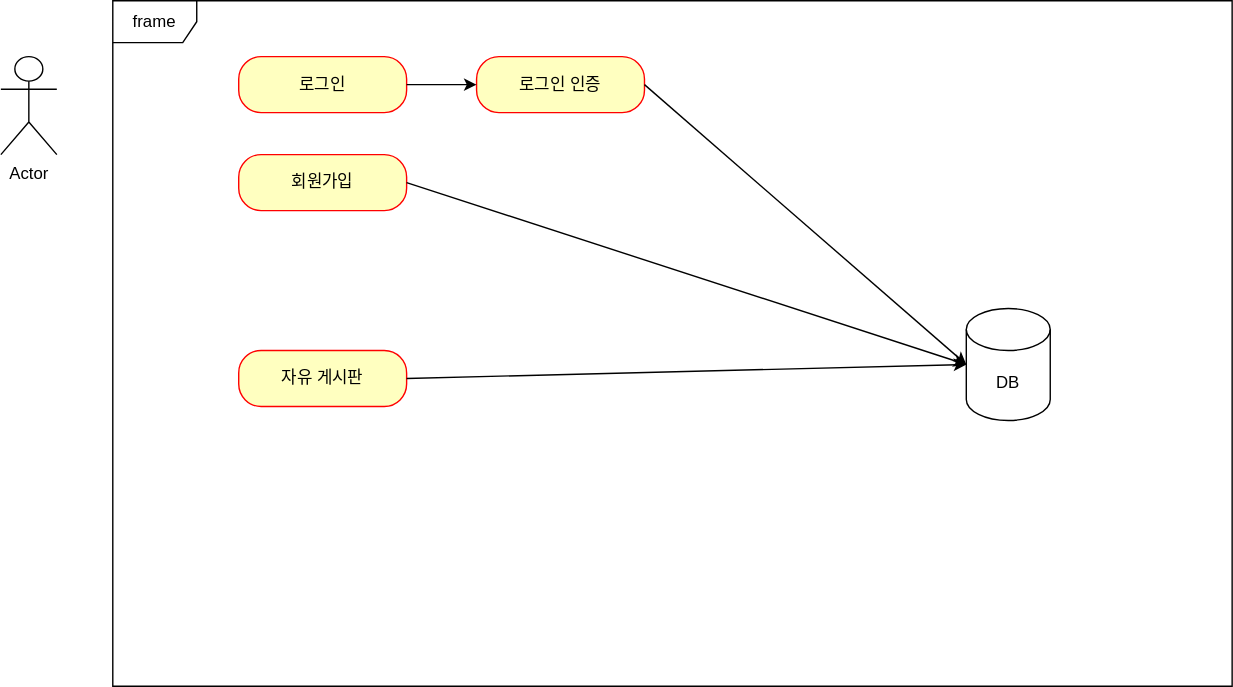
Above: usecase.drawio.svg in choyumin3/personal_project (draw.io), before the change. Source tidied: cells renumbered, new cells last; positions are measured from the earlier drawing's top-left corner, leaving out a move shared by most shapes.
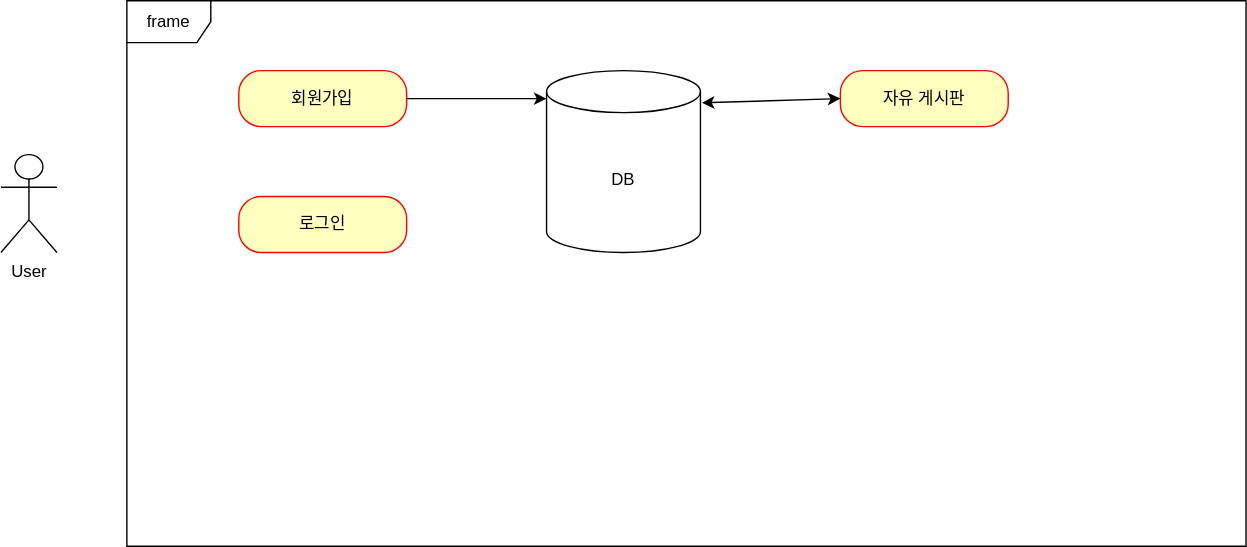
After the change.

What changed in the source:
```diff
@@ -3,37 +3,30 @@
     <mxCell id="0" />
     <mxCell id="1" parent="0" />
     <mxCell id="2" value="frame" style="shape=umlFrame;whiteSpace=wrap;html=1;" parent="1" vertex="1">
-      <mxGeometry x="80" width="800" height="490" as="geometry" />
+      <mxGeometry x="80" width="800" height="390" as="geometry" />
     </mxCell>
-    <mxCell id="3" value="Actor" style="shape=umlActor;verticalLabelPosition=bottom;verticalAlign=top;html=1;" parent="1" vertex="1">
-      <mxGeometry y="40" width="40" height="70" as="geometry" />
+    <mxCell id="3" value="User&lt;br&gt;" style="shape=umlActor;verticalLabelPosition=bottom;verticalAlign=top;html=1;" parent="1" vertex="1">
+      <mxGeometry x="-10" y="110" width="40" height="70" as="geometry" />
     </mxCell>
     <mxCell id="4" value="로그인" style="rounded=1;whiteSpace=wrap;html=1;arcSize=40;fontColor=#000000;fillColor=#ffffc0;strokeColor=#ff0000;" parent="1" vertex="1">
-      <mxGeometry x="170" y="40" width="120" height="40" as="geometry" />
+      <mxGeometry x="160" y="140" width="120" height="40" as="geometry" />
     </mxCell>
     <mxCell id="5" value="회원가입" style="rounded=1;whiteSpace=wrap;html=1;arcSize=40;fontColor=#000000;fillColor=#ffffc0;strokeColor=#ff0000;" parent="1" vertex="1">
-      <mxGeometry x="170" y="110" width="120" height="40" as="geometry" />
+      <mxGeometry x="160" y="50" width="120" height="40" as="geometry" />
     </mxCell>
-    <mxCell id="6" value="로그인 인증" style="rounded=1;whiteSpace=wrap;html=1;arcSize=40;fontColor=#000000;fillColor=#ffffc0;strokeColor=#ff0000;" parent="1" vertex="1">
-      <mxGeometry x="340" y="40" width="120" height="40" as="geometry" />
-    </mxCell>
     <mxCell id="7" value="자유 게시판" style="rounded=1;whiteSpace=wrap;html=1;arcSize=40;fontColor=#000000;fillColor=#ffffc0;strokeColor=#ff0000;" parent="1" vertex="1">
-      <mxGeometry x="170" y="250" width="120" height="40" as="geometry" />
+      <mxGeometry x="590" y="50" width="120" height="40" as="geometry" />
     </mxCell>
     <mxCell id="8" value="DB" style="shape=cylinder3;whiteSpace=wrap;html=1;boundedLbl=1;backgroundOutline=1;size=15;" parent="1" vertex="1">
-      <mxGeometry x="690" y="220" width="60" height="80" as="geometry" />
+      <mxGeometry x="380" y="50" width="110" height="130" as="geometry" />
     </mxCell>
+    <mxCell id="13" style="endArrow=classic;html=1;rounded=0;exitX=1;exitY=0.5;exitDx=0;exitDy=0;" parent="1" edge="1" source="5">
+      <mxGeometry relative="1" as="geometry">
+        <mxPoint x="380" y="70" as="targetPoint" />
+      </mxGeometry>
+    </mxCell>
-    <mxCell id="9" style="endArrow=classic;html=1;rounded=0;exitX=1;exitY=0.5;exitDx=0;exitDy=0;entryX=0;entryY=0.5;entryDx=0;entryDy=0;entryPerimeter=0;" parent="1" edge="1" source="7" target="8">
+    <mxCell id="9" style="endArrow=classic;startArrow=classic;html=1;rounded=0;exitX=0;exitY=0.5;exitDx=0;exitDy=0;entryX=1.009;entryY=0.177;entryDx=0;entryDy=0;entryPerimeter=0;" parent="1" edge="1" source="7" target="8">
       <mxGeometry relative="1" as="geometry" />
     </mxCell>
-    <mxCell id="10" style="endArrow=classic;html=1;rounded=0;exitX=1;exitY=0.5;exitDx=0;exitDy=0;entryX=0;entryY=0.5;entryDx=0;entryDy=0;entryPerimeter=0;" parent="1" edge="1" source="5" target="8">
-      <mxGeometry relative="1" as="geometry" />
-    </mxCell>
-    <mxCell id="11" style="endArrow=classic;html=1;rounded=0;exitX=1;exitY=0.5;exitDx=0;exitDy=0;entryX=0;entryY=0.5;entryDx=0;entryDy=0;" parent="1" edge="1" source="4" target="6">
-      <mxGeometry relative="1" as="geometry" />
-    </mxCell>
-    <mxCell id="12" style="endArrow=classic;html=1;rounded=0;exitX=1;exitY=0.5;exitDx=0;exitDy=0;entryX=0;entryY=0.5;entryDx=0;entryDy=0;entryPerimeter=0;" parent="1" edge="1" source="6" target="8">
-      <mxGeometry relative="1" as="geometry" />
-    </mxCell>
   </root>
 </mxGraphModel>
```
